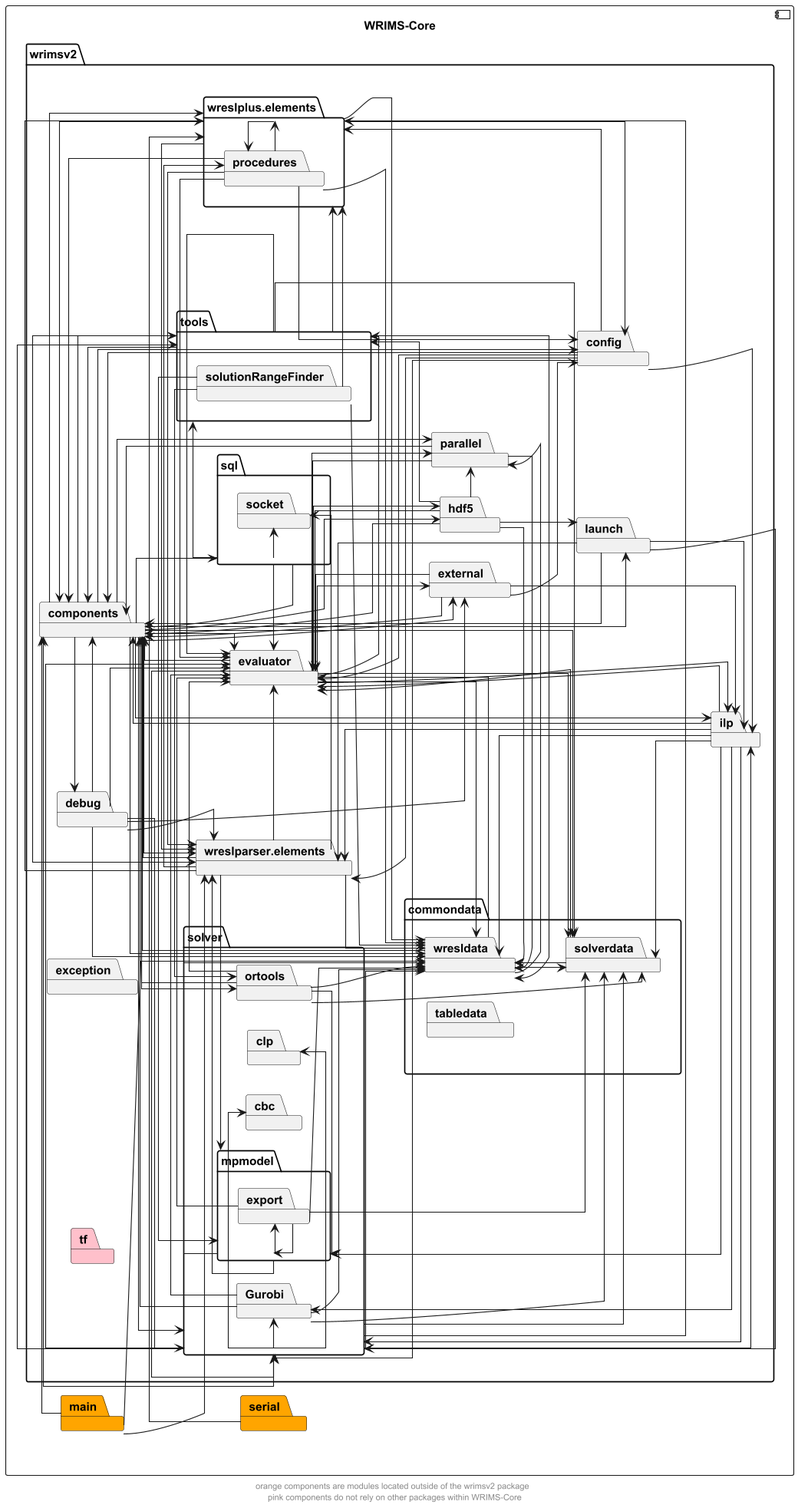
This is docs/diagrams/wrims-core/wrims-core-interdeps.png from CentralValleyModeling/wrims, a PlantUML export, as it was before one commit.
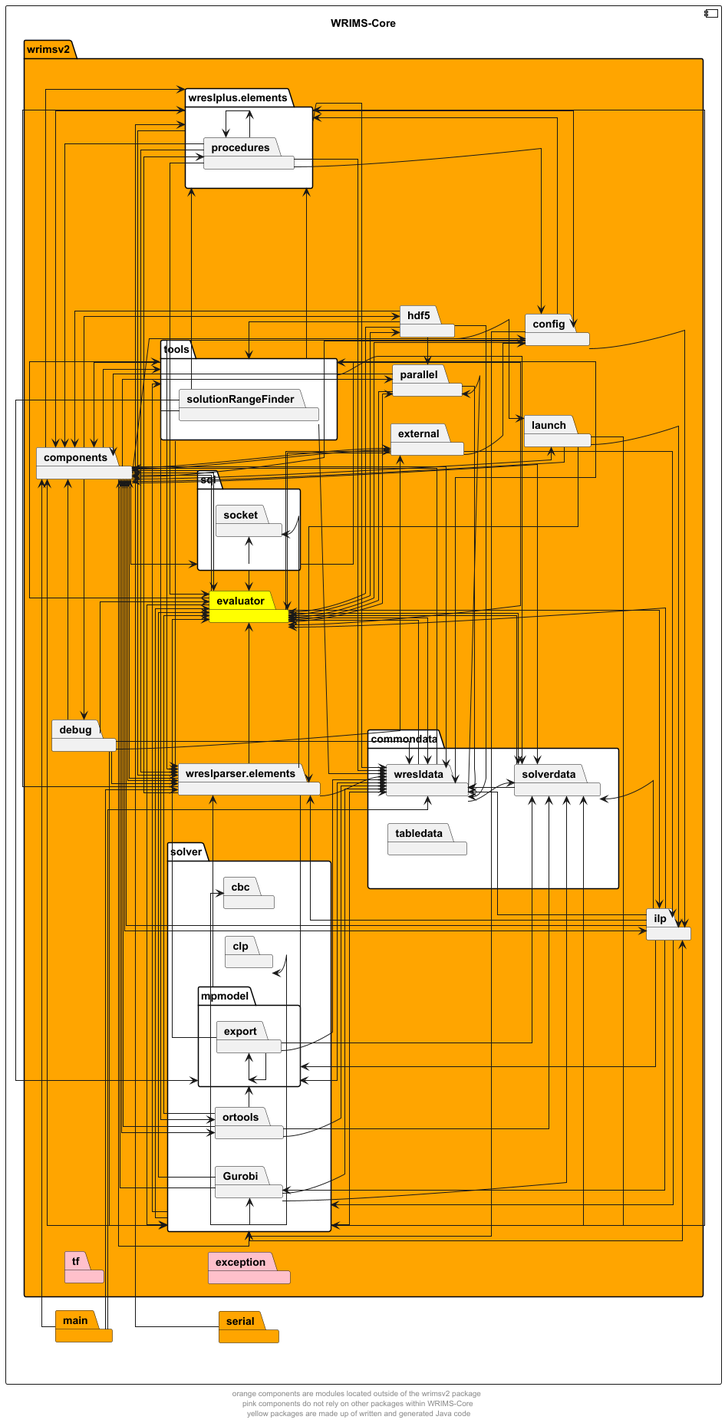
Above is the later version.

The edit, as a diff of the source:
```diff
@@ -5,8 +5,8 @@
 component wrims_core as "WRIMS-Core" {
     package main #orange
     package serial #orange
-    package wrimsv2 {
-        package commondata {
+    package wrimsv2 #orange {
+        package commondata #white {
             package solverdata
             package tabledata
             package wresldata
@@ -14,14 +14,14 @@
         package components
         package config
         package debug
-        package evaluator
-        package exception
+        package evaluator #yellow
+        package exception #pink
         package external
         package hdf5
         package ilp
         package launch
         package parallel
-        package solver {
+        package solver #white {
             package cbc
             package clp
             package Gurobi
@@ -30,15 +30,15 @@
             }
             package ortools
         }
-        package sql {
+        package sql #white {
             package socket
         }
         package tf #pink
-        package tools {
+        package tools #white {
             package solutionRangeFinder
         }
         package wreslparser.elements
-        package wreslplus.elements {
+        package wreslplus.elements #white {
             package procedures
         }
     }
@@ -200,7 +200,8 @@
 wreslplus.elements -> config
 
 solver -d[hidden]-> commondata
+tf -d[hidden]-> exception
 
-footer "orange components are modules located outside of the wrimsv2 package \n pink components do not rely on other packages within WRIMS-Core"
+footer "orange components are modules located outside of the wrimsv2 package \n pink components do not rely on other packages within WRIMS-Core \n yellow packages are made up of written and generated Java code"
 
 @enduml
```
